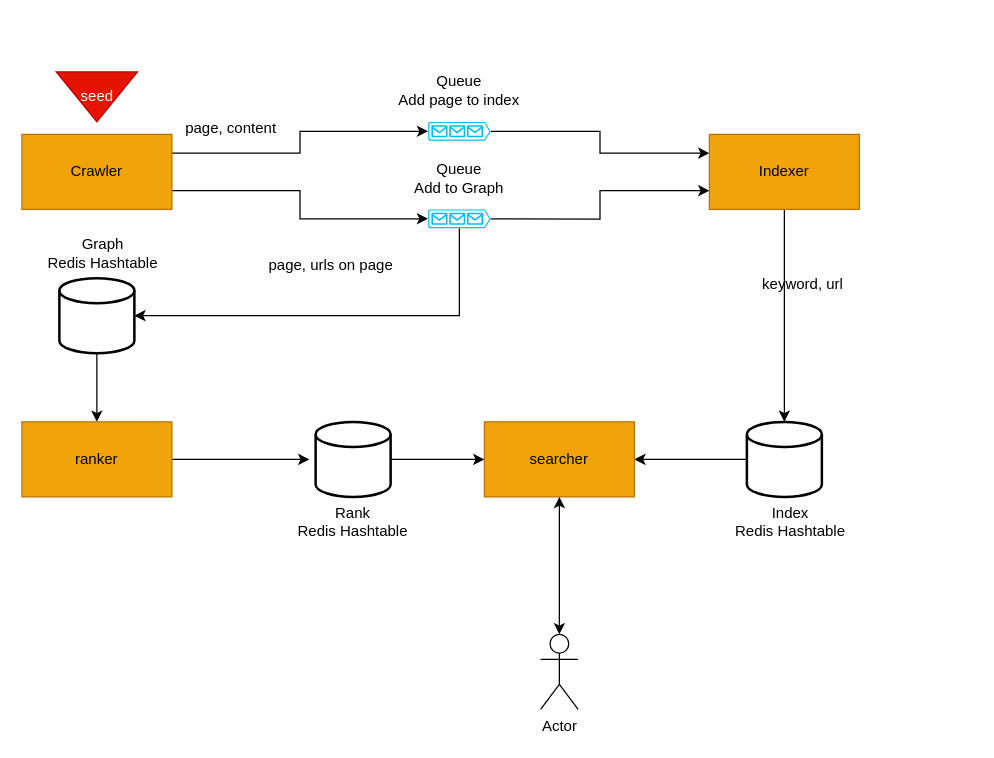
Earlier version of the draw.io diagram search-engine.drawio (lariskovski/search-engine). Source tidied: cells renumbered, new cells numbered last; positions are measured from the earlier drawing's top-left corner, leaving out a move shared by most shapes. Both pictures are drawn from the tidied source at 125%, with x=0, y=0 at pixel (21, 71).
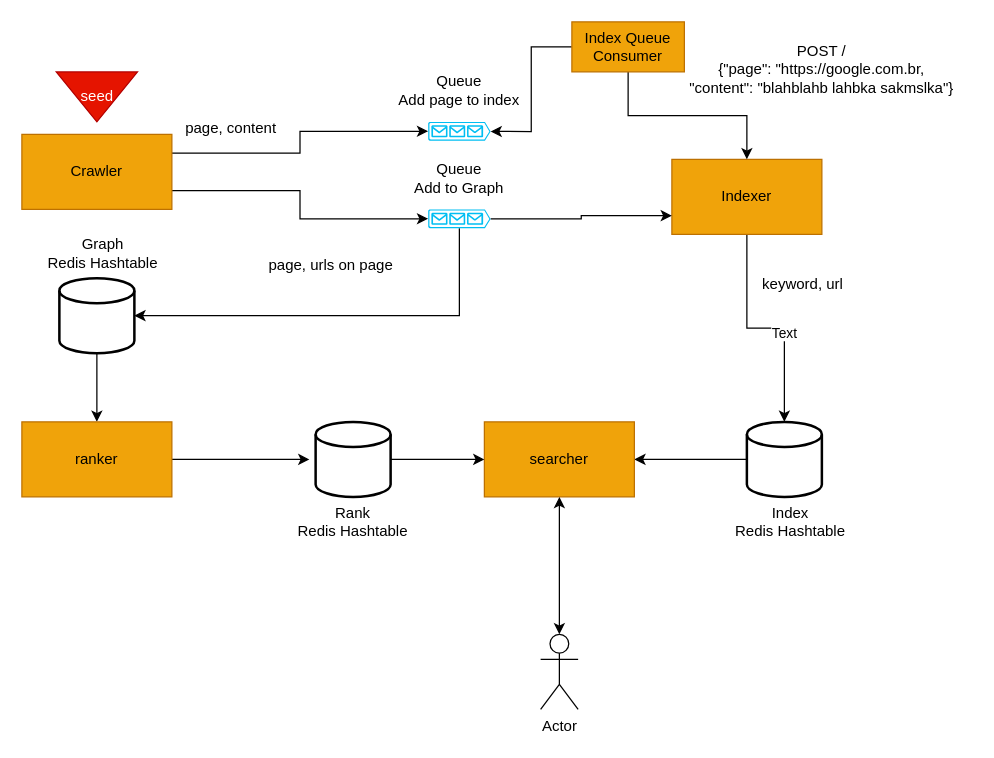
The same page after the edit.

Commit message (it also covers changes not shown here):
Add index consumer and adjusts architecture drawing

The change refers to these unchanged cells:
```xml
<mxCell id="6" style="verticalLabelPosition=bottom;html=1;verticalAlign=top;align=center;strokeColor=none;fillColor=#00BEF2;shape=mxgraph.azure.queue_generic;" parent="1" vertex="1">
  <mxGeometry x="325" y="40" width="50" height="15" as="geometry" />
</mxCell>
<mxCell id="12" style="edgeStyle=orthogonalEdgeStyle;rounded=0;jettySize=auto;html=1;entryX=0.5;entryY=0;entryDx=0;entryDy=0;entryPerimeter=0;" parent="1" edge="1" source="13" target="16">
  <mxGeometry relative="1" as="geometry" />
</mxCell>
<mxCell id="23" style="verticalLabelPosition=bottom;html=1;verticalAlign=top;align=center;strokeColor=none;fillColor=#00BEF2;shape=mxgraph.azure.queue_generic;" parent="1" vertex="1">
  <mxGeometry x="325" y="110" width="50" height="15" as="geometry" />
</mxCell>
```

What changed in the source:
```diff
@@
-    <mxCell id="5" style="edgeStyle=orthogonalEdgeStyle;rounded=0;jettySize=auto;html=1;entryX=0;entryY=0.25;entryDx=0;entryDy=0;startArrow=none;startFill=0;strokeWidth=1;" parent="1" edge="1" source="6" target="13">
-      <mxGeometry relative="1" as="geometry" />
-    </mxCell>
@@
+    <mxCell id="32" value="Text" style="edgeLabel;html=1;align=center;verticalAlign=middle;" parent="12" vertex="1">
+      <mxGeometry x="0.16" y="-3" relative="1" as="geometry" />
+    </mxCell>
     <mxCell id="13" value="Indexer" style="rounded=0;whiteSpace=wrap;html=1;fillColor=#f0a30a;strokeColor=#BD7000;fontColor=#000000;" parent="1" vertex="1">
-      <mxGeometry x="550" y="50" width="120" height="60" as="geometry" />
+      <mxGeometry x="520" y="70" width="120" height="60" as="geometry" />
     </mxCell>
@@
-    <mxCell id="22" style="edgeStyle=orthogonalEdgeStyle;rounded=0;jettySize=auto;html=1;exitX=1;exitY=0.51;exitDx=0;exitDy=0;exitPerimeter=0;entryX=0;entryY=0.75;entryDx=0;entryDy=0;startArrow=none;startFill=0;strokeWidth=1;" parent="1" edge="1" source="23" target="13">
+    <mxCell id="22" style="edgeStyle=orthogonalEdgeStyle;rounded=0;jettySize=auto;html=1;entryX=0;entryY=0.75;entryDx=0;entryDy=0;" parent="1" edge="1" source="23" target="13">
       <mxGeometry relative="1" as="geometry" />
     </mxCell>
@@
+    <mxCell id="33" style="edgeStyle=orthogonalEdgeStyle;rounded=0;jettySize=auto;html=1;entryX=1;entryY=0.51;entryDx=0;entryDy=0;entryPerimeter=0;" parent="1" edge="1" source="35" target="6">
+      <mxGeometry relative="1" as="geometry" />
+    </mxCell>
+    <mxCell id="34" style="edgeStyle=orthogonalEdgeStyle;rounded=0;jettySize=auto;html=1;entryX=0.5;entryY=0;entryDx=0;entryDy=0;" parent="1" edge="1" source="35" target="13">
+      <mxGeometry relative="1" as="geometry" />
+    </mxCell>
+    <mxCell id="35" value="Index Queue Consumer" style="rounded=0;whiteSpace=wrap;html=1;fillColor=#f0a30a;strokeColor=#BD7000;fontColor=#000000;" parent="1" vertex="1">
+      <mxGeometry x="440" y="-40" width="90" height="40" as="geometry" />
+    </mxCell>
+    <mxCell id="36" value="POST /&lt;br&gt;{&quot;page&quot;: &quot;https://google.com.br,&lt;br&gt;&quot;content&quot;: &quot;blahblahb lahbka sakmslka&quot;}" style="text;html=1;strokeColor=none;fillColor=none;align=center;verticalAlign=middle;whiteSpace=wrap;rounded=0;" parent="1" vertex="1">
+      <mxGeometry x="520" y="-40" width="240" height="75" as="geometry" />
+    </mxCell>
```
